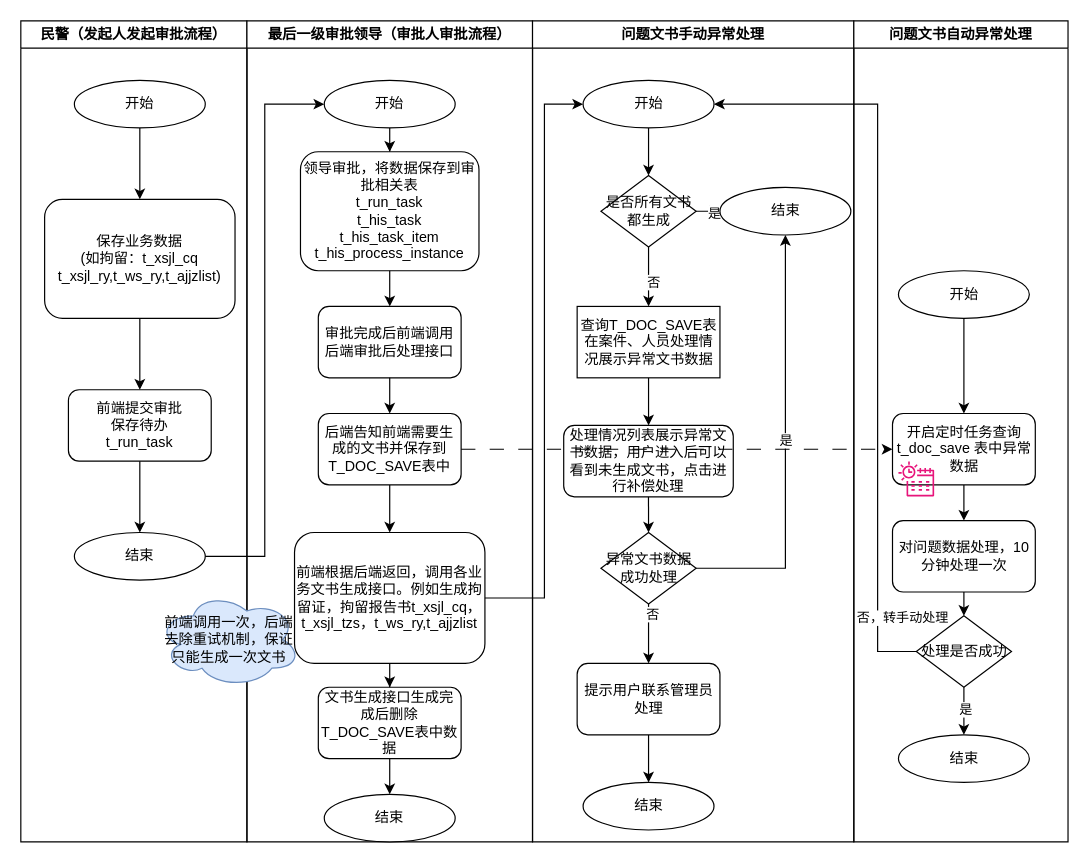
This is 审批流程3.0.drawio from redtomatoL/design, a draw.io file, before an edit. Source tidied: cells renumbered, new cells numbered last; positions are measured from the earlier drawing's top-left corner, leaving out a move shared by most shapes. Both pictures are drawn from the tidied source at 119%, with x=0, y=0 at pixel (20, 20).
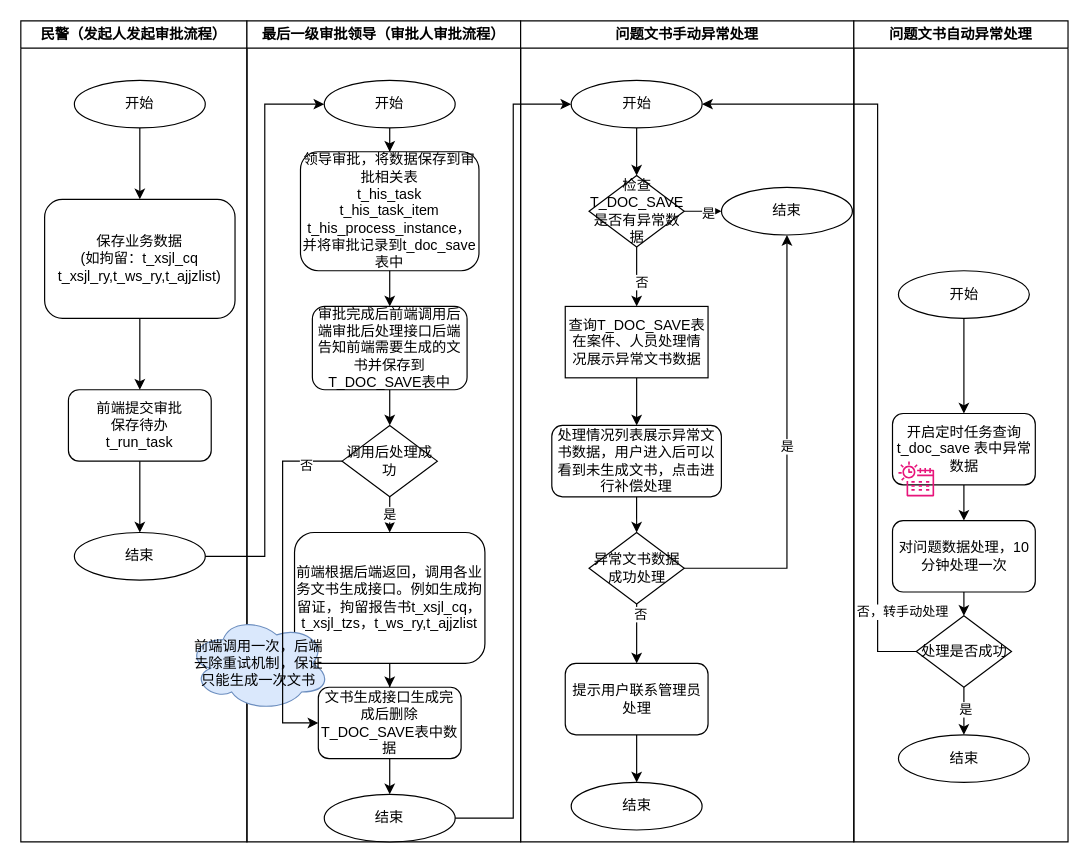
The same diagram, later.

Commit message:
更新审批流程3.0.drawio

The change refers to these unchanged cells:
```xml
<mxCell id="18" value="前端根据后端返回，调用各业务文书生成接口。例如生成拘留证，拘留报告书t_xsjl_cq，&lt;br&gt;t_xsjl_tzs，t_ws_ry,t_ajjzlist" style="whiteSpace=wrap;html=1;rounded=1;" parent="10" vertex="1">
  <mxGeometry x="40" y="430" width="160" height="110" as="geometry" />
</mxCell>
<mxCell id="20" value="文书生成接口生成完成后删除T_DOC_SAVE表中数据" style="whiteSpace=wrap;html=1;rounded=1;" parent="10" vertex="1">
  <mxGeometry x="60" y="560" width="120" height="60" as="geometry" />
</mxCell>
<mxCell id="22" value="结束" style="ellipse;whiteSpace=wrap;html=1;" parent="10" vertex="1">
  <mxGeometry x="65" y="650" width="110" height="40" as="geometry" />
</mxCell>
<mxCell id="28" value="开始" style="ellipse;whiteSpace=wrap;html=1;" parent="26" vertex="1">
  <mxGeometry x="42.5" y="50" width="110" height="40" as="geometry" />
</mxCell>
<mxCell id="53" value="开启定时任务查询t_doc_save 表中异常数据" style="whiteSpace=wrap;html=1;rounded=1;" parent="48" vertex="1">
  <mxGeometry x="32.5" y="330" width="120" height="60" as="geometry" />
</mxCell>
```

What changed in the source:
```diff
@@
     <mxCell id="10" value="最后一级审批领导（审批人审批流程）" style="swimlane;whiteSpace=wrap;html=1;" parent="1" vertex="1">
-      <mxGeometry x="190" width="240" height="690" as="geometry" />
+      <mxGeometry x="190" width="230" height="690" as="geometry" />
     </mxCell>
@@
-    <mxCell id="13" value="领导审批，将数据保存到审批相关表&lt;br&gt;&lt;div&gt;t_run_task&lt;/div&gt;&lt;div&gt;t_his_task&lt;/div&gt;&lt;div&gt;t_his_task_item&lt;/div&gt;&lt;div&gt;t_his_process_instance&lt;/div&gt;" style="whiteSpace=wrap;html=1;rounded=1;" parent="10" vertex="1">
+    <mxCell id="13" value="领导审批，将数据保存到审批相关表&lt;br&gt;&lt;div&gt;&lt;span style=&quot;background-color: initial;&quot;&gt;t_his_task&lt;/span&gt;&lt;br&gt;&lt;/div&gt;&lt;div&gt;t_his_task_item&lt;/div&gt;&lt;div&gt;t_his_process_instance，并将审批记录到t_doc_save表中&lt;/div&gt;" style="whiteSpace=wrap;html=1;rounded=1;" parent="10" vertex="1">
       <mxGeometry x="45" y="110" width="150" height="100" as="geometry" />
     </mxCell>
+    <mxCell id="63" style="edgeStyle=orthogonalEdgeStyle;rounded=0;jettySize=auto;html=1;exitX=0.5;exitY=1;exitDx=0;exitDy=0;entryX=0.5;entryY=0;entryDx=0;entryDy=0;" parent="10" edge="1" source="14" target="68">
+      <mxGeometry relative="1" as="geometry" />
+    </mxCell>
-    <mxCell id="14" value="审批完成后前端调用后端审批后处理接口" style="whiteSpace=wrap;html=1;rounded=1;" parent="10" vertex="1">
-      <mxGeometry x="60" y="240" width="120" height="60" as="geometry" />
+    <mxCell id="14" value="审批完成后前端调用后端审批后处理接口后端告知前端需要生成的文书并保存到T_DOC_SAVE表中" style="whiteSpace=wrap;html=1;rounded=1;" parent="10" vertex="1">
+      <mxGeometry x="55" y="240" width="130" height="70" as="geometry" />
     </mxCell>
@@
-    <mxCell id="16" value="后端告知前端需要生成的文书并保存到T_DOC_SAVE表中" style="whiteSpace=wrap;html=1;rounded=1;" parent="10" vertex="1">
-      <mxGeometry x="60" y="330" width="120" height="60" as="geometry" />
-    </mxCell>
-    <mxCell id="17" style="edgeStyle=orthogonalEdgeStyle;rounded=0;jettySize=auto;html=1;" parent="10" edge="1" source="14" target="16">
-      <mxGeometry relative="1" as="geometry" />
-    </mxCell>
@@
-    <mxCell id="19" style="edgeStyle=orthogonalEdgeStyle;rounded=0;jettySize=auto;html=1;" parent="10" edge="1" source="16" target="18">
-      <mxGeometry relative="1" as="geometry" />
-    </mxCell>
@@
     <mxCell id="24" value="前端调用一次，后端去除重试机制，保证只能生成一次文书" style="ellipse;shape=cloud;whiteSpace=wrap;html=1;fillColor=#dae8fc;strokeColor=#6c8ebf;" parent="10" vertex="1">
-      <mxGeometry x="-75" y="480" width="120" height="80" as="geometry" />
+      <mxGeometry x="-50" y="500" width="120" height="80" as="geometry" />
     </mxCell>
+    <mxCell id="64" style="edgeStyle=orthogonalEdgeStyle;rounded=0;jettySize=auto;html=1;exitX=0.5;exitY=1;exitDx=0;exitDy=0;entryX=0.5;entryY=0;entryDx=0;entryDy=0;" parent="10" edge="1" source="68" target="18">
+      <mxGeometry relative="1" as="geometry" />
+    </mxCell>
+    <mxCell id="65" value="是" style="edgeLabel;html=1;align=center;verticalAlign=middle;" parent="64" vertex="1">
+      <mxGeometry x="-0.08" y="-1" relative="1" as="geometry" />
+    </mxCell>
+    <mxCell id="66" style="edgeStyle=orthogonalEdgeStyle;rounded=0;jettySize=auto;html=1;exitX=0;exitY=0.5;exitDx=0;exitDy=0;entryX=0;entryY=0.5;entryDx=0;entryDy=0;" parent="10" edge="1" source="68" target="20">
+      <mxGeometry relative="1" as="geometry">
+        <Array as="points">
+          <mxPoint x="30" y="370" />
+          <mxPoint x="30" y="590" />
+        </Array>
+      </mxGeometry>
+    </mxCell>
+    <mxCell id="67" value="否" style="edgeLabel;html=1;align=center;verticalAlign=middle;" parent="66" vertex="1">
+      <mxGeometry x="-0.79" y="3" relative="1" as="geometry" />
+    </mxCell>
+    <mxCell id="68" value="调用后处理成功" style="rhombus;whiteSpace=wrap;html=1;" parent="10" vertex="1">
+      <mxGeometry x="80" y="340" width="80" height="60" as="geometry" />
+    </mxCell>
@@
     <mxCell id="26" value="问题文书手动异常处理" style="swimlane;whiteSpace=wrap;html=1;" parent="1" vertex="1">
-      <mxGeometry x="430" width="270" height="690" as="geometry" />
+      <mxGeometry x="420" width="280" height="690" as="geometry" />
     </mxCell>
@@
-    <mxCell id="33" value="是否所有文书都生成" style="rhombus;whiteSpace=wrap;html=1;" parent="26" vertex="1">
+    <mxCell id="33" value="检查T_DOC_SAVE是否有异常数据" style="rhombus;whiteSpace=wrap;html=1;" parent="26" vertex="1">
       <mxGeometry x="57.5" y="130" width="80" height="60" as="geometry" />
     </mxCell>
     <mxCell id="34" value="结束" style="ellipse;whiteSpace=wrap;html=1;" parent="26" vertex="1">
-      <mxGeometry x="157.5" y="140" width="110" height="40" as="geometry" />
+      <mxGeometry x="168.8" y="140" width="110" height="40" as="geometry" />
     </mxCell>
@@
-    <mxCell id="47" style="edgeStyle=orthogonalEdgeStyle;rounded=0;jettySize=auto;html=1;exitX=1;exitY=0.5;exitDx=0;exitDy=0;entryX=0;entryY=0.5;entryDx=0;entryDy=0;" parent="1" edge="1" source="18" target="28">
-      <mxGeometry relative="1" as="geometry">
-        <Array as="points">
-          <mxPoint x="440" y="485" />
-          <mxPoint x="440" y="70" />
-        </Array>
-      </mxGeometry>
-    </mxCell>
@@
-    <mxCell id="60" style="edgeStyle=orthogonalEdgeStyle;rounded=0;jettySize=auto;html=1;exitX=1;exitY=0.5;exitDx=0;exitDy=0;dashed=1;dashPattern=12 12;" parent="1" edge="1" source="16" target="53">
-      <mxGeometry relative="1" as="geometry" />
-    </mxCell>
@@
+    <mxCell id="69" style="edgeStyle=orthogonalEdgeStyle;rounded=0;jettySize=auto;html=1;exitX=1;exitY=0.5;exitDx=0;exitDy=0;entryX=0;entryY=0.5;entryDx=0;entryDy=0;" parent="1" edge="1" source="22" target="28">
+      <mxGeometry relative="1" as="geometry" />
+    </mxCell>
```
